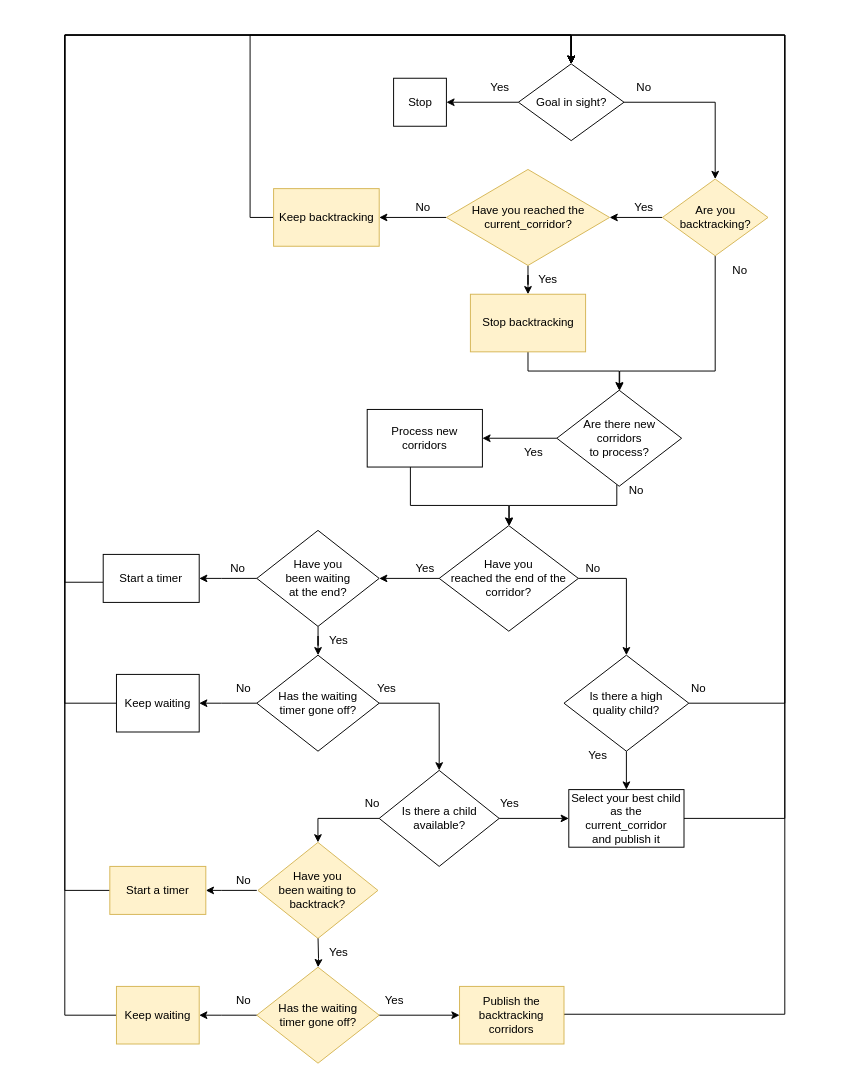
Before: corridors/docs/corridor_manager_flowchart.drawio in meco-group/Barn_challenge, a draw.io diagram. Source tidied: cells renumbered, new cells numbered last; positions are measured from the earlier drawing's top-left corner, leaving out a move shared by most shapes. Both pictures are drawn from the tidied source at 96%, with x=0, y=0 at pixel (64, 35).
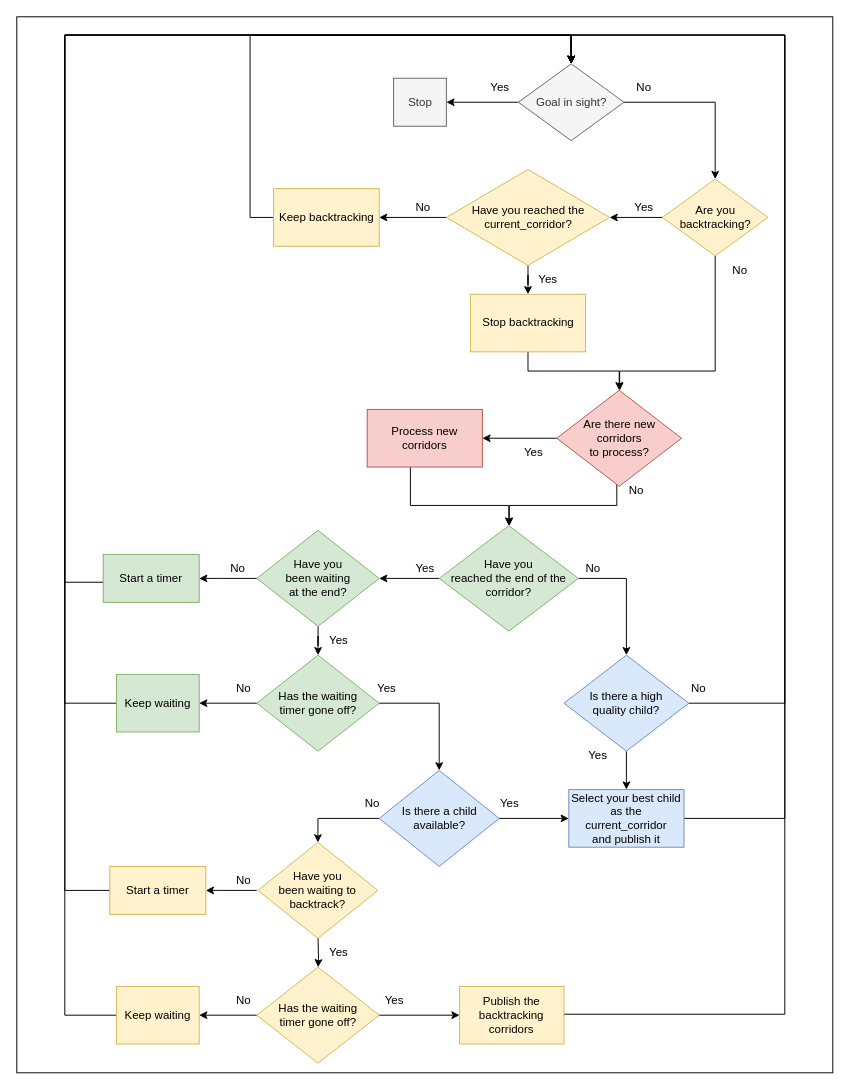
The same diagram, later.

Commit message (it also covers changes not shown here):
updating the corridor manager flowchart with some colour

What changed in the source:
```diff
@@
+    <mxCell id="76" style="rounded=0;whiteSpace=wrap;html=1;" parent="1" vertex="1">
+      <mxGeometry x="-50" y="-19" width="850" height="1100" as="geometry" />
+    </mxCell>
@@
-    <mxCell id="4" value="Goal in sight?" style="rhombus;whiteSpace=wrap;html=1;" parent="1" vertex="1">
+    <mxCell id="4" value="Goal in sight?" style="rhombus;whiteSpace=wrap;html=1;fillColor=#f5f5f5;fontColor=#333333;strokeColor=#666666;" parent="1" vertex="1">
       <mxGeometry x="472.5" y="30" width="110" height="80" as="geometry" />
     </mxCell>
-    <mxCell id="5" value="Stop" style="whiteSpace=wrap;html=1;" parent="1" vertex="1">
+    <mxCell id="5" value="Stop" style="whiteSpace=wrap;html=1;fillColor=#f5f5f5;fontColor=#333333;strokeColor=#666666;" parent="1" vertex="1">
       <mxGeometry x="342.5" y="45" width="55" height="50" as="geometry" />
     </mxCell>
@@
-    <mxCell id="23" value="Are there new&lt;br&gt;corridors&lt;br&gt;to process?" style="rhombus;whiteSpace=wrap;html=1;" parent="1" vertex="1">
+    <mxCell id="23" value="Are there new&lt;br&gt;corridors&lt;br&gt;to process?" style="rhombus;whiteSpace=wrap;html=1;fillColor=#f8cecc;strokeColor=#b85450;" parent="1" vertex="1">
       <mxGeometry x="512.5" y="370" width="130" height="100" as="geometry" />
     </mxCell>
@@
-    <mxCell id="26" value="Process new corridors" style="whiteSpace=wrap;html=1;" parent="1" vertex="1">
+    <mxCell id="26" value="Process new corridors" style="whiteSpace=wrap;html=1;fillColor=#f8cecc;strokeColor=#b85450;" parent="1" vertex="1">
       <mxGeometry x="315" y="390" width="120" height="60" as="geometry" />
     </mxCell>
@@
-    <mxCell id="30" value="Have you&lt;br&gt;reached the end of the corridor?" style="rhombus;whiteSpace=wrap;html=1;" parent="1" vertex="1">
+    <mxCell id="30" value="Have you&lt;br&gt;reached the end of the corridor?" style="rhombus;whiteSpace=wrap;html=1;fillColor=#d5e8d4;strokeColor=#82b366;" parent="1" vertex="1">
       <mxGeometry x="390" y="511" width="145" height="110" as="geometry" />
     </mxCell>
@@
-    <mxCell id="34" value="Is there a high&lt;br&gt;quality child?" style="rhombus;whiteSpace=wrap;html=1;" parent="1" vertex="1">
+    <mxCell id="34" value="Is there a high&lt;br&gt;quality child?" style="rhombus;whiteSpace=wrap;html=1;fillColor=#dae8fc;strokeColor=#6c8ebf;" parent="1" vertex="1">
       <mxGeometry x="520" y="646" width="130" height="100" as="geometry" />
     </mxCell>
@@
-    <mxCell id="38" value="Have you&lt;br&gt;been waiting &lt;br&gt;at the end?" style="rhombus;whiteSpace=wrap;html=1;" parent="1" vertex="1">
+    <mxCell id="38" value="Have you&lt;br&gt;been waiting &lt;br&gt;at the end?" style="rhombus;whiteSpace=wrap;html=1;fillColor=#d5e8d4;strokeColor=#82b366;" parent="1" vertex="1">
       <mxGeometry x="200" y="516" width="127.5" height="100" as="geometry" />
     </mxCell>
@@
-    <mxCell id="41" value="Start a timer" style="whiteSpace=wrap;html=1;" parent="1" vertex="1">
+    <mxCell id="41" value="Start a timer" style="whiteSpace=wrap;html=1;fillColor=#d5e8d4;strokeColor=#82b366;" parent="1" vertex="1">
       <mxGeometry x="40" y="541" width="100" height="50" as="geometry" />
     </mxCell>
@@
-    <mxCell id="45" value="Has the waiting&lt;br&gt;timer gone off?" style="rhombus;whiteSpace=wrap;html=1;" parent="1" vertex="1">
+    <mxCell id="45" value="Has the waiting&lt;br&gt;timer gone off?" style="rhombus;whiteSpace=wrap;html=1;fillColor=#d5e8d4;strokeColor=#82b366;" parent="1" vertex="1">
       <mxGeometry x="200" y="646" width="127.5" height="100" as="geometry" />
     </mxCell>
@@
-    <mxCell id="48" value="Keep waiting" style="whiteSpace=wrap;html=1;" parent="1" vertex="1">
+    <mxCell id="48" value="Keep waiting" style="whiteSpace=wrap;html=1;fillColor=#d5e8d4;strokeColor=#82b366;" parent="1" vertex="1">
       <mxGeometry x="53.8" y="666" width="86.2" height="60" as="geometry" />
     </mxCell>
@@
-    <mxCell id="51" value="Select your best child as the current_corridor&lt;br&gt;and publish it" style="whiteSpace=wrap;html=1;" parent="1" vertex="1">
+    <mxCell id="51" value="Select your best child as the current_corridor&lt;br&gt;and publish it" style="whiteSpace=wrap;html=1;fillColor=#dae8fc;strokeColor=#6c8ebf;" parent="1" vertex="1">
       <mxGeometry x="525" y="786" width="120" height="60" as="geometry" />
     </mxCell>
@@
-    <mxCell id="57" value="Is there a child available?" style="rhombus;whiteSpace=wrap;html=1;" parent="1" vertex="1">
+    <mxCell id="57" value="Is there a child available?" style="rhombus;whiteSpace=wrap;html=1;fillColor=#dae8fc;strokeColor=#6c8ebf;" parent="1" vertex="1">
       <mxGeometry x="327.5" y="766" width="125" height="100" as="geometry" />
     </mxCell>
```
